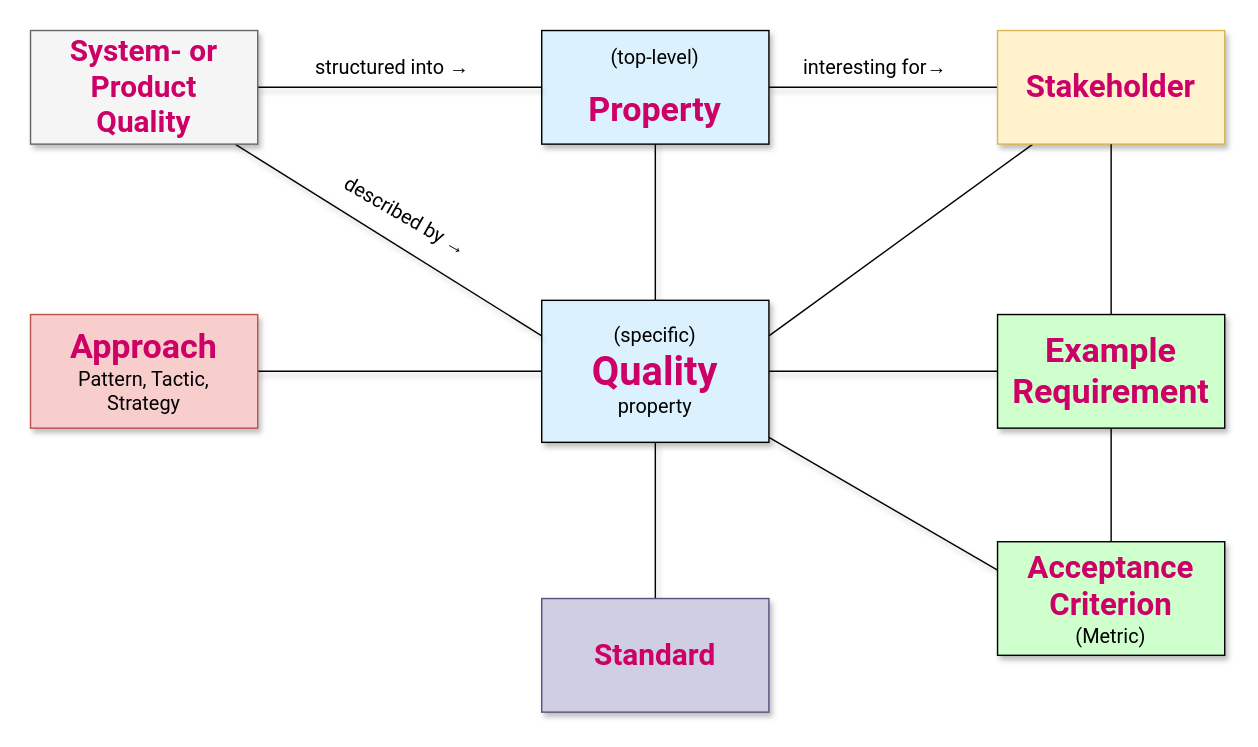
Before: page "Q42 Meta Model" (1 of 2) of originals/metamodel/q42-meta-model.drawio in arc42/quality.arc42.org-site, a draw.io diagram. Source tidied: cells renumbered, new cells numbered last; positions are measured from the earlier drawing's top-left corner, leaving out a move shared by most shapes. Both pictures are drawn from the tidied source at 142%, with x=0, y=0 at pixel (30, 30).
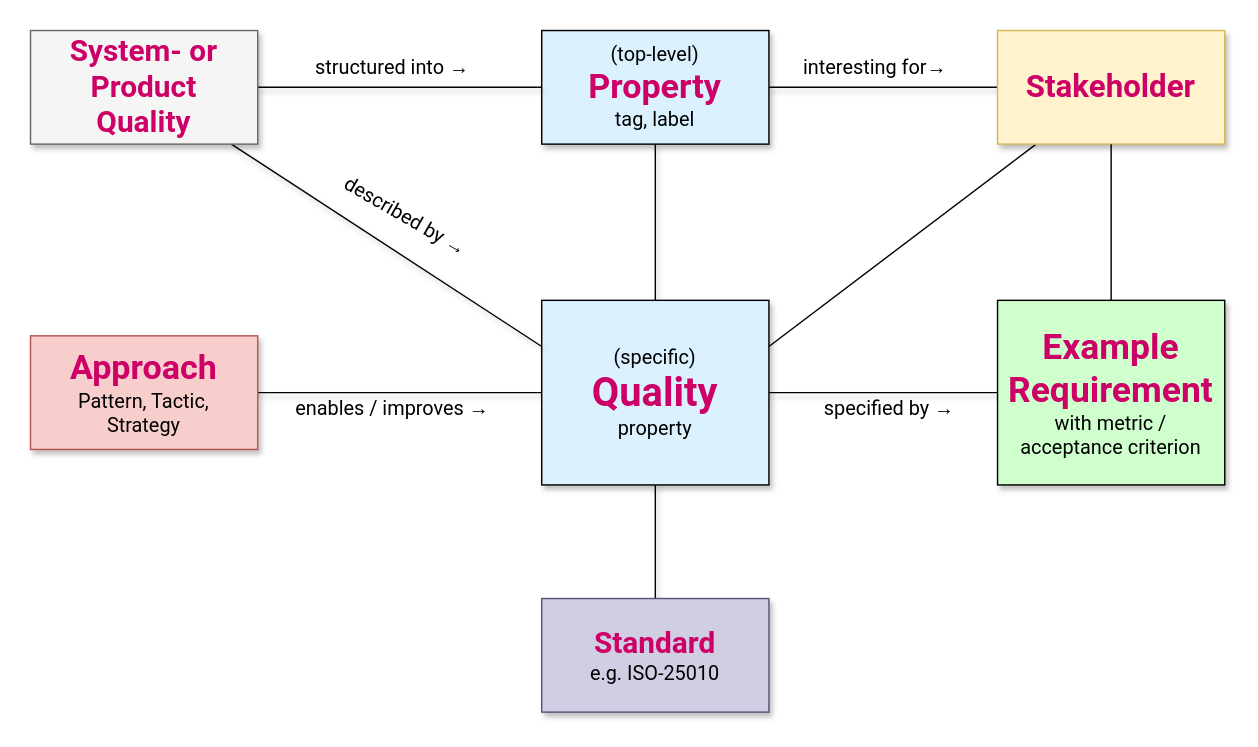
The same diagram, later.

Commit message (it also covers changes not shown here):
re-draw meta model in drawio to ensure compatibility for OS contributors

Diff of the diagram source:
```diff
@@
-    <mxCell id="4" value="&lt;font style=&quot;font-size: 14px;&quot;&gt;(top-level)&lt;/font&gt;&lt;div&gt;&lt;br&gt;&lt;/div&gt;&lt;div&gt;&lt;font style=&quot;font-size: 24px; color: rgb(204, 0, 102);&quot;&gt;&lt;b&gt;Property&lt;/b&gt;&lt;/font&gt;&lt;/div&gt;" style="rounded=0;whiteSpace=wrap;html=1;fillColor=light-dark(#dbf1fe, #ededed);fontFamily=Roboto;shadow=1;" parent="1" vertex="1">
+    <mxCell id="4" value="&lt;font style=&quot;font-size: 14px;&quot;&gt;(top-level)&lt;/font&gt;&lt;div&gt;&lt;font style=&quot;font-size: 24px; color: rgb(204, 0, 102);&quot;&gt;&lt;b&gt;Property&lt;/b&gt;&lt;/font&gt;&lt;/div&gt;&lt;div&gt;&lt;font style=&quot;font-size: 14px;&quot;&gt;tag, label&lt;/font&gt;&lt;/div&gt;" style="rounded=0;whiteSpace=wrap;html=1;fillColor=light-dark(#dbf1fe, #ededed);fontFamily=Roboto;shadow=1;" parent="1" vertex="1">
       <mxGeometry x="360" width="160" height="80" as="geometry" />
     </mxCell>
-    <mxCell id="5" style="rounded=0;jettySize=auto;html=1;entryX=0;entryY=0.25;entryDx=0;entryDy=0;endArrow=none;startFill=0;fontFamily=Roboto;shadow=1;" parent="1" edge="1" source="9" target="15">
-      <mxGeometry relative="1" as="geometry" />
-    </mxCell>
@@
     <mxCell id="9" value="&lt;div&gt;&lt;font style=&quot;font-size: 14px;&quot;&gt;(specific)&lt;/font&gt;&lt;/div&gt;&lt;font style=&quot;color: rgb(204, 0, 102); font-size: 28px;&quot;&gt;&lt;b style=&quot;&quot;&gt;Quality&lt;/b&gt;&lt;/font&gt;&lt;div&gt;&lt;font style=&quot;font-size: 14px;&quot;&gt;property&lt;/font&gt;&lt;/div&gt;" style="rounded=0;whiteSpace=wrap;html=1;fillColor=#DBF1FE;fontFamily=Roboto;shadow=1;" parent="1" vertex="1">
-      <mxGeometry x="360" y="190" width="160" height="100" as="geometry" />
+      <mxGeometry x="360" y="190" width="160" height="130" as="geometry" />
     </mxCell>
@@
-    <mxCell id="15" value="&lt;font style=&quot;font-size: 22px; color: rgb(204, 0, 102);&quot;&gt;&lt;b style=&quot;&quot;&gt;Acceptance&lt;/b&gt;&lt;/font&gt;&lt;div&gt;&lt;font style=&quot;font-size: 22px; color: rgb(204, 0, 102);&quot;&gt;&lt;b style=&quot;&quot;&gt;Criterion&lt;/b&gt;&lt;/font&gt;&lt;/div&gt;&lt;div&gt;&lt;font style=&quot;font-size: 14px;&quot;&gt;(Metric)&lt;/font&gt;&lt;/div&gt;" style="rounded=0;whiteSpace=wrap;html=1;fillColor=light-dark(#ceffcd, #ededed);fontFamily=Roboto;shadow=1;" parent="1" vertex="1">
-      <mxGeometry x="681" y="360" width="160" height="80" as="geometry" />
-    </mxCell>
-    <mxCell id="16" value="&lt;font style=&quot;font-size: 24px; color: rgb(204, 0, 102);&quot;&gt;&lt;b&gt;Example&lt;/b&gt;&lt;/font&gt;&lt;div&gt;&lt;font style=&quot;font-size: 24px; color: rgb(204, 0, 102);&quot;&gt;&lt;b&gt;Requirement&lt;/b&gt;&lt;/font&gt;&lt;/div&gt;" style="rounded=0;whiteSpace=wrap;html=1;fillColor=light-dark(#ceffcd, #ededed);fontFamily=Roboto;shadow=1;" parent="1" vertex="1">
-      <mxGeometry x="681" y="200" width="160" height="80" as="geometry" />
+    <mxCell id="16" value="&lt;div&gt;&lt;b style=&quot;color: rgb(204, 0, 102); background-color: transparent;&quot;&gt;&lt;font style=&quot;font-size: 25px;&quot;&gt;Example&lt;/font&gt;&lt;/b&gt;&lt;/div&gt;&lt;div&gt;&lt;font color=&quot;#cc0066&quot;&gt;&lt;b style=&quot;&quot;&gt;&lt;font style=&quot;font-size: 25px;&quot;&gt;Requirement&lt;/font&gt;&lt;br&gt;&lt;/b&gt;&lt;/font&gt;&lt;div&gt;&lt;font style=&quot;font-size: 14px;&quot;&gt;with metric /&lt;/font&gt;&lt;/div&gt;&lt;/div&gt;&lt;div&gt;&lt;font style=&quot;font-size: 14px;&quot;&gt;acceptance criterion&lt;/font&gt;&lt;/div&gt;" style="rounded=0;whiteSpace=wrap;html=1;fillColor=light-dark(#ceffcd, #ededed);fontFamily=Roboto;shadow=1;" parent="1" vertex="1">
+      <mxGeometry x="681" y="190" width="160" height="130" as="geometry" />
     </mxCell>
-    <mxCell id="17" value="&lt;font style=&quot;font-size: 21px; color: rgb(204, 0, 102);&quot;&gt;&lt;b style=&quot;&quot;&gt;Standard&lt;/b&gt;&lt;/font&gt;" style="rounded=0;whiteSpace=wrap;html=1;fontFamily=Roboto;fillColor=#d0cee2;strokeColor=#56517e;shadow=1;" parent="1" vertex="1">
+    <mxCell id="17" value="&lt;font style=&quot;font-size: 21px; color: rgb(204, 0, 102);&quot;&gt;&lt;b style=&quot;&quot;&gt;Standard&lt;/b&gt;&lt;/font&gt;&lt;span style=&quot;font-size: 14px; background-color: transparent; color: light-dark(rgb(0, 0, 0), rgb(255, 255, 255));&quot;&gt;&lt;br&gt;e.g. ISO-25010&lt;/span&gt;" style="rounded=0;whiteSpace=wrap;html=1;fontFamily=Roboto;fillColor=#d0cee2;strokeColor=#56517e;shadow=1;" parent="1" vertex="1">
       <mxGeometry x="360" y="400" width="160" height="80" as="geometry" />
     </mxCell>
     <mxCell id="18" value="&lt;font style=&quot;font-size: 24px; color: rgb(204, 0, 102);&quot;&gt;&lt;b&gt;Approach&lt;/b&gt;&lt;/font&gt;&lt;div&gt;&lt;font style=&quot;font-size: 14px;&quot;&gt;Pattern, Tactic,&lt;/font&gt;&lt;/div&gt;&lt;div&gt;&lt;font style=&quot;font-size: 14px;&quot;&gt;Strategy&lt;/font&gt;&lt;/div&gt;" style="rounded=0;whiteSpace=wrap;html=1;fontFamily=Roboto;fillColor=#f8cecc;strokeColor=#b85450;shadow=1;" parent="1" vertex="1">
-      <mxGeometry y="200" width="160" height="80" as="geometry" />
+      <mxGeometry y="215" width="160" height="80" as="geometry" />
     </mxCell>
@@
-    <mxCell id="20" style="rounded=0;jettySize=auto;html=1;endArrow=none;startFill=0;entryX=0.5;entryY=0;entryDx=0;entryDy=0;" parent="1" edge="1" target="15">
-      <mxGeometry relative="1" as="geometry">
-        <mxPoint x="761" y="280" as="sourcePoint" />
-      </mxGeometry>
-    </mxCell>
@@
+    <mxCell id="24" value="&lt;p class=&quot;p1&quot; style=&quot;margin: 0px; font-variant-numeric: normal; font-variant-east-asian: normal; font-variant-alternates: normal; font-size-adjust: none; font-kerning: auto; font-optical-sizing: auto; font-feature-settings: normal; font-variation-settings: normal; font-variant-position: normal; font-variant-emoji: normal; font-stretch: normal; line-height: normal;&quot;&gt;&lt;font style=&quot;font-size: 14px;&quot;&gt;specified by →&lt;/font&gt;&lt;/p&gt;" style="text;html=1;align=center;verticalAlign=middle;whiteSpace=wrap;rounded=0;fontFamily=Roboto;" parent="1" vertex="1">
+      <mxGeometry x="540" y="250" width="130" height="30" as="geometry" />
+    </mxCell>
+    <mxCell id="25" value="&lt;p class=&quot;p1&quot; style=&quot;margin: 0px; font-variant-numeric: normal; font-variant-east-asian: normal; font-variant-alternates: normal; font-size-adjust: none; font-kerning: auto; font-optical-sizing: auto; font-feature-settings: normal; font-variation-settings: normal; font-variant-position: normal; font-variant-emoji: normal; font-stretch: normal; line-height: normal;&quot;&gt;&lt;font style=&quot;font-size: 14px;&quot;&gt;enables / improves →&lt;/font&gt;&lt;/p&gt;" style="text;html=1;align=center;verticalAlign=middle;whiteSpace=wrap;rounded=0;fontFamily=Roboto;" parent="1" vertex="1">
+      <mxGeometry x="180" y="250" width="150" height="30" as="geometry" />
+    </mxCell>
```
